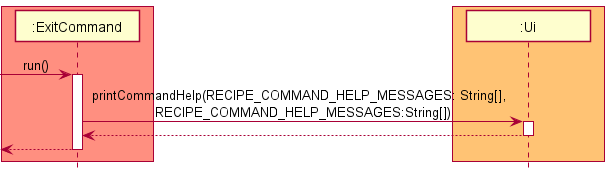
Earlier version of the PlantUML export docs/images/dg/HelpCommandSequenceDiagram.png (rizemon/tp). The source it was exported from:
```plantuml
@startuml
!include ../../Style.puml

box LOGIC_COLOR
Participant ":ExitCommand" as ExitCommand
end box

box UI_COLOR
Participant ":Ui" as Ui
end box

-> ExitCommand: run()
activate ExitCommand
ExitCommand -> Ui: printCommandHelp(RECIPE_COMMAND_HELP_MESSAGES: String[],  \nRECIPE_COMMAND_HELP_MESSAGES:String[])
activate Ui
ExitCommand <-- Ui
deactivate Ui
<-- ExitCommand

deactivate ExitCommand


@enduml
```
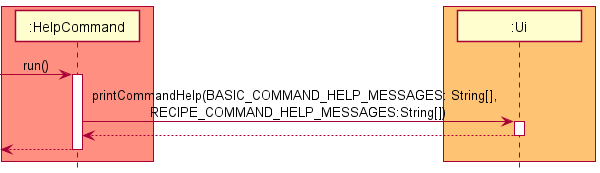
After the commit.

Commit message:
Updated Help command sequence diagram image and puml file.

The edit, as a diff of the source:
```diff
@@ -2,22 +2,22 @@
 !include ../../Style.puml
 
 box LOGIC_COLOR
-Participant ":ExitCommand" as ExitCommand
+Participant ":HelpCommand" as HelpCommand
 end box
 
 box UI_COLOR
 Participant ":Ui" as Ui
 end box
 
--> ExitCommand: run()
-activate ExitCommand
-ExitCommand -> Ui: printCommandHelp(RECIPE_COMMAND_HELP_MESSAGES: String[],  \nRECIPE_COMMAND_HELP_MESSAGES:String[])
+-> HelpCommand: run()
+activate HelpCommand
+HelpCommand -> Ui: printCommandHelp(BASIC_COMMAND_HELP_MESSAGES: String[],  \nRECIPE_COMMAND_HELP_MESSAGES:String[])
 activate Ui
-ExitCommand <-- Ui
+HelpCommand <-- Ui
 deactivate Ui
-<-- ExitCommand
+<-- HelpCommand
 
-deactivate ExitCommand
+deactivate HelpCommand
 
 
 @enduml
```
